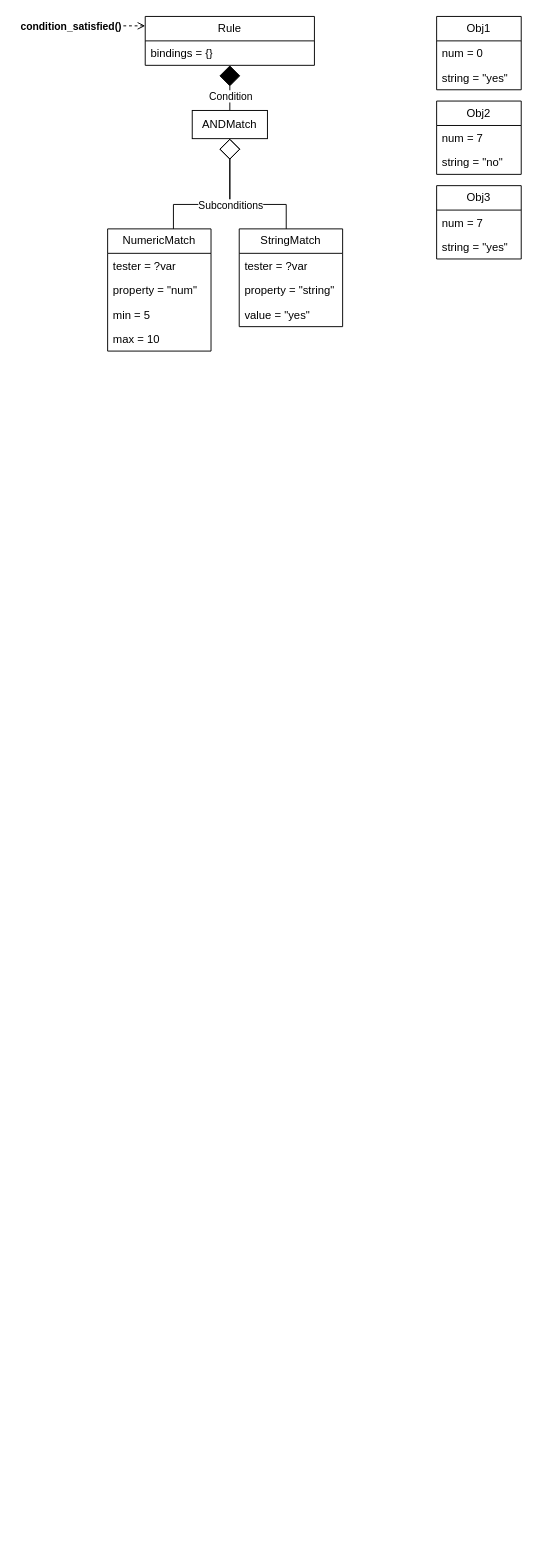
Earlier version of the draw.io diagram page "Unification_Step0" (5 of 10) of diagrams/RuleBasedGodot_Diagrams.drawio (rvbatt/rule-based-godot). Source tidied: cells renumbered, new cells numbered last; positions are measured from the earlier drawing's top-left corner, leaving out a move shared by most shapes. Both pictures are drawn from the tidied source at 94%, with x=0, y=0 at pixel (23, 16).
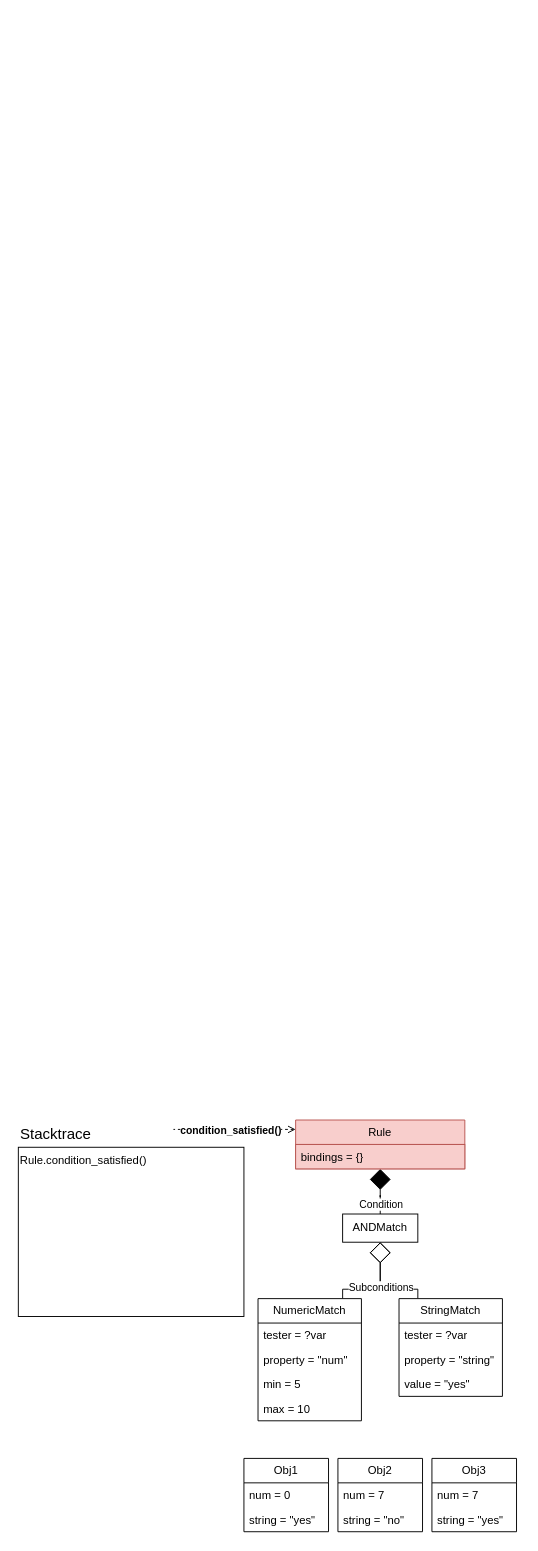
Above is the later version.

Change to the diagram source:
```diff
@@
-    <mxCell id="0" />
-    <mxCell id="1" parent="0" />
+    <mxCell id="30" />
+    <mxCell id="31" parent="30" />
-    <mxCell id="2" style="edgeStyle=orthogonalEdgeStyle;rounded=0;jettySize=auto;html=1;endArrow=none;endFill=0;startArrow=diamond;startFill=0;startSize=20;" parent="1" edge="1" source="11" target="17">
+    <mxCell id="2" style="edgeStyle=orthogonalEdgeStyle;rounded=0;jettySize=auto;html=1;endArrow=none;endFill=0;startArrow=diamond;startFill=0;startSize=20;" parent="31" edge="1" source="11" target="17">
       <mxGeometry relative="1" as="geometry">
         <Array as="points">
-          <mxPoint x="220" y="200" />
-          <mxPoint x="280" y="200" />
+          <mxPoint x="380" y="1354" />
+          <mxPoint x="420" y="1354" />
         </Array>
       </mxGeometry>
     </mxCell>
-    <mxCell id="3" style="edgeStyle=orthogonalEdgeStyle;rounded=0;jettySize=auto;html=1;startArrow=diamond;startFill=1;endArrow=none;endFill=0;startSize=20;" parent="1" edge="1" source="7" target="11">
+    <mxCell id="3" style="edgeStyle=orthogonalEdgeStyle;rounded=0;jettySize=auto;html=1;startArrow=diamond;startFill=1;endArrow=none;endFill=0;startSize=20;" parent="31" edge="1" source="7" target="11">
       <mxGeometry relative="1" as="geometry" />
     </mxCell>
-    <mxCell id="4" value="Condition" style="edgeLabel;html=1;align=center;verticalAlign=middle;fontStyle=0;" parent="3" vertex="1">
-      <mxGeometry x="0.19" y="3" relative="1" as="geometry">
-        <mxPoint x="3" y="3" as="offset" />
+    <mxCell id="4" value="Condition" style="edgeLabel;html=1;align=center;verticalAlign=middle;" parent="3" vertex="1">
+      <mxGeometry x="0.48" relative="1" as="geometry">
+        <mxPoint y="3" as="offset" />
       </mxGeometry>
     </mxCell>
-    <mxCell id="5" style="edgeStyle=orthogonalEdgeStyle;rounded=0;jettySize=auto;html=1;startArrow=open;startFill=0;dashed=1;endArrow=none;endFill=0;" parent="1" edge="1" source="7">
-      <mxGeometry relative="1" as="geometry">
-        <mxPoint x="10" y="10" as="targetPoint" />
-        <Array as="points">
-          <mxPoint y="10" />
-        </Array>
-      </mxGeometry>
-    </mxCell>
-    <mxCell id="6" value="condition_satisfied()" style="edgeLabel;html=1;align=center;verticalAlign=middle;fontStyle=1;" parent="5" vertex="1">
-      <mxGeometry x="0.07" y="-3" relative="1" as="geometry">
-        <mxPoint x="-5" y="3" as="offset" />
-      </mxGeometry>
-    </mxCell>
-    <mxCell id="7" value="Rule" style="swimlane;fontStyle=0;horizontal=1;startSize=26;fillColor=none;whiteSpace=wrap;html=1;" parent="1" vertex="1">
-      <mxGeometry x="130" width="180" height="52" as="geometry" />
+    <mxCell id="7" value="Rule" style="swimlane;fontStyle=0;horizontal=1;startSize=26;fillColor=#f8cecc;whiteSpace=wrap;html=1;strokeColor=#b85450;" parent="31" vertex="1">
+      <mxGeometry x="290" y="1174" width="180" height="52" as="geometry" />
     </mxCell>
-    <mxCell id="8" value="bindings = {}" style="text;strokeColor=none;fillColor=none;align=left;verticalAlign=top;spacingLeft=4;spacingRight=4;overflow=hidden;whiteSpace=wrap;html=1;" parent="7" vertex="1">
+    <mxCell id="8" value="bindings = {}" style="text;strokeColor=#b85450;fillColor=#f8cecc;align=left;verticalAlign=top;spacingLeft=4;spacingRight=4;overflow=hidden;whiteSpace=wrap;html=1;" parent="7" vertex="1">
       <mxGeometry y="26" width="180" height="26" as="geometry" />
     </mxCell>
-    <mxCell id="9" style="edgeStyle=orthogonalEdgeStyle;rounded=0;jettySize=auto;html=1;endArrow=none;endFill=0;startArrow=diamond;startFill=0;startSize=20;" parent="1" edge="1" source="11" target="12">
+    <mxCell id="9" style="edgeStyle=orthogonalEdgeStyle;rounded=0;jettySize=auto;html=1;endArrow=none;endFill=0;startArrow=diamond;startFill=0;startSize=20;" parent="31" edge="1" source="11" target="12">
       <mxGeometry relative="1" as="geometry">
         <Array as="points">
-          <mxPoint x="220" y="200" />
-          <mxPoint x="160" y="200" />
+          <mxPoint x="380" y="1354" />
+          <mxPoint x="340" y="1354" />
         </Array>
       </mxGeometry>
     </mxCell>
     <mxCell id="10" value="Subconditions" style="edgeLabel;html=1;align=center;verticalAlign=middle;fontStyle=0;" parent="9" vertex="1">
       <mxGeometry x="-0.21" y="1" relative="1" as="geometry">
-        <mxPoint x="-1" y="8" as="offset" />
+        <mxPoint x="-1" y="7" as="offset" />
       </mxGeometry>
     </mxCell>
-    <mxCell id="11" value="ANDMatch" style="html=1;whiteSpace=wrap;" parent="1" vertex="1">
-      <mxGeometry x="180" y="100" width="80" height="30" as="geometry" />
+    <mxCell id="11" value="ANDMatch" style="html=1;whiteSpace=wrap;" parent="31" vertex="1">
+      <mxGeometry x="340" y="1274" width="80" height="30" as="geometry" />
     </mxCell>
-    <mxCell id="12" value="NumericMatch" style="swimlane;fontStyle=0;horizontal=1;startSize=26;fillColor=none;whiteSpace=wrap;html=1;" parent="1" vertex="1">
-      <mxGeometry x="90" y="226" width="110" height="130" as="geometry" />
+    <mxCell id="12" value="NumericMatch" style="swimlane;fontStyle=0;horizontal=1;startSize=26;whiteSpace=wrap;html=1;" parent="31" vertex="1">
+      <mxGeometry x="250" y="1364" width="110" height="130" as="geometry" />
     </mxCell>
-    <mxCell id="13" value="tester = ?var" style="text;strokeColor=none;fillColor=none;align=left;verticalAlign=top;spacingLeft=4;spacingRight=4;overflow=hidden;whiteSpace=wrap;html=1;" parent="12" vertex="1">
-      <mxGeometry y="26" width="110" height="26" as="geometry" />
-    </mxCell>
+    <mxCell id="32" value="tester = ?var" style="text;align=left;verticalAlign=top;spacingLeft=4;spacingRight=4;overflow=hidden;whiteSpace=wrap;html=1;" parent="12" vertex="1">
+      <mxGeometry y="26" width="110" height="26" as="geometry" />
+    </mxCell>
-    <mxCell id="14" value="property = &quot;num&quot;" style="text;strokeColor=none;fillColor=none;align=left;verticalAlign=top;spacingLeft=4;spacingRight=4;overflow=hidden;whiteSpace=wrap;html=1;" parent="12" vertex="1">
+    <mxCell id="14" value="property = &quot;num&quot;" style="text;align=left;verticalAlign=top;spacingLeft=4;spacingRight=4;overflow=hidden;whiteSpace=wrap;html=1;" parent="12" vertex="1">
       <mxGeometry y="52" width="110" height="26" as="geometry" />
     </mxCell>
-    <mxCell id="15" value="min = 5" style="text;strokeColor=none;fillColor=none;align=left;verticalAlign=top;spacingLeft=4;spacingRight=4;overflow=hidden;whiteSpace=wrap;html=1;" parent="12" vertex="1">
+    <mxCell id="15" value="min = 5" style="text;align=left;verticalAlign=top;spacingLeft=4;spacingRight=4;overflow=hidden;whiteSpace=wrap;html=1;" parent="12" vertex="1">
       <mxGeometry y="78" width="110" height="26" as="geometry" />
     </mxCell>
-    <mxCell id="16" value="max = 10" style="text;strokeColor=none;fillColor=none;align=left;verticalAlign=top;spacingLeft=4;spacingRight=4;overflow=hidden;whiteSpace=wrap;html=1;" parent="12" vertex="1">
+    <mxCell id="16" value="max = 10" style="text;align=left;verticalAlign=top;spacingLeft=4;spacingRight=4;overflow=hidden;whiteSpace=wrap;html=1;" parent="12" vertex="1">
       <mxGeometry y="104" width="110" height="26" as="geometry" />
     </mxCell>
-    <mxCell id="17" value="StringMatch" style="swimlane;fontStyle=0;horizontal=1;startSize=26;fillColor=none;whiteSpace=wrap;html=1;" parent="1" vertex="1">
-      <mxGeometry x="230" y="226" width="110" height="104" as="geometry" />
+    <mxCell id="17" value="StringMatch" style="swimlane;fontStyle=0;horizontal=1;startSize=26;whiteSpace=wrap;html=1;" parent="31" vertex="1">
+      <mxGeometry x="400" y="1364" width="110" height="104" as="geometry" />
     </mxCell>
-    <mxCell id="18" value="tester = ?var" style="text;strokeColor=none;fillColor=none;align=left;verticalAlign=top;spacingLeft=4;spacingRight=4;overflow=hidden;whiteSpace=wrap;html=1;" parent="17" vertex="1">
-      <mxGeometry y="26" width="110" height="26" as="geometry" />
-    </mxCell>
+    <mxCell id="33" value="tester = ?var" style="text;align=left;verticalAlign=top;spacingLeft=4;spacingRight=4;overflow=hidden;whiteSpace=wrap;html=1;" parent="17" vertex="1">
+      <mxGeometry y="26" width="110" height="26" as="geometry" />
+    </mxCell>
-    <mxCell id="19" value="property = &quot;string&quot;" style="text;strokeColor=none;fillColor=none;align=left;verticalAlign=top;spacingLeft=4;spacingRight=4;overflow=hidden;whiteSpace=wrap;html=1;" parent="17" vertex="1">
+    <mxCell id="19" value="property = &quot;string&quot;" style="text;align=left;verticalAlign=top;spacingLeft=4;spacingRight=4;overflow=hidden;whiteSpace=wrap;html=1;" parent="17" vertex="1">
       <mxGeometry y="52" width="110" height="26" as="geometry" />
     </mxCell>
-    <mxCell id="20" value="value = &quot;yes&quot;" style="text;strokeColor=none;fillColor=none;align=left;verticalAlign=top;spacingLeft=4;spacingRight=4;overflow=hidden;whiteSpace=wrap;html=1;" parent="17" vertex="1">
+    <mxCell id="20" value="value = &quot;yes&quot;" style="text;align=left;verticalAlign=top;spacingLeft=4;spacingRight=4;overflow=hidden;whiteSpace=wrap;html=1;" parent="17" vertex="1">
       <mxGeometry y="78" width="110" height="26" as="geometry" />
     </mxCell>
-    <mxCell id="21" value="Obj1" style="swimlane;fontStyle=0;horizontal=1;startSize=26;fillColor=none;whiteSpace=wrap;html=1;" parent="1" vertex="1">
-      <mxGeometry x="440" width="90" height="78" as="geometry" />
+    <mxCell id="21" value="Obj1" style="swimlane;fontStyle=0;horizontal=1;startSize=26;fillColor=none;whiteSpace=wrap;html=1;" parent="31" vertex="1">
+      <mxGeometry x="235" y="1534" width="90" height="78" as="geometry" />
     </mxCell>
-    <mxCell id="22" value="num = 0" style="text;strokeColor=none;fillColor=none;align=left;verticalAlign=top;spacingLeft=4;spacingRight=4;overflow=hidden;whiteSpace=wrap;html=1;" parent="21" vertex="1">
+    <mxCell id="22" value="num = 0" style="text;strokeColor=none;fillColor=none;align=left;verticalAlign=top;spacingLeft=4;spacingRight=4;overflow=hidden;whiteSpace=wrap;html=1;fontStyle=0;" parent="21" vertex="1">
       <mxGeometry y="26" width="90" height="26" as="geometry" />
     </mxCell>
-    <mxCell id="23" value="string = &quot;yes&quot;" style="text;strokeColor=none;fillColor=none;align=left;verticalAlign=top;spacingLeft=4;spacingRight=4;overflow=hidden;whiteSpace=wrap;html=1;" parent="21" vertex="1">
-      <mxGeometry y="52" width="90" height="26" as="geometry" />
-    </mxCell>
+    <mxCell id="34" value="string = &quot;yes&quot;" style="text;strokeColor=none;fillColor=none;align=left;verticalAlign=top;spacingLeft=4;spacingRight=4;overflow=hidden;whiteSpace=wrap;html=1;fontStyle=0;" parent="21" vertex="1">
+      <mxGeometry y="52" width="90" height="26" as="geometry" />
+    </mxCell>
-    <mxCell id="24" value="Obj2" style="swimlane;fontStyle=0;horizontal=1;startSize=26;fillColor=none;whiteSpace=wrap;html=1;" parent="1" vertex="1">
-      <mxGeometry x="440" y="90" width="90" height="78" as="geometry" />
+    <mxCell id="24" value="Obj2" style="swimlane;fontStyle=0;horizontal=1;startSize=26;fillColor=none;whiteSpace=wrap;html=1;" parent="31" vertex="1">
+      <mxGeometry x="335" y="1534" width="90" height="78" as="geometry" />
     </mxCell>
-    <mxCell id="25" value="num = 7" style="text;strokeColor=none;fillColor=none;align=left;verticalAlign=top;spacingLeft=4;spacingRight=4;overflow=hidden;whiteSpace=wrap;html=1;" parent="24" vertex="1">
-      <mxGeometry y="26" width="90" height="26" as="geometry" />
-    </mxCell>
+    <mxCell id="35" value="num = 7" style="text;strokeColor=none;fillColor=none;align=left;verticalAlign=top;spacingLeft=4;spacingRight=4;overflow=hidden;whiteSpace=wrap;html=1;fontStyle=0;" parent="24" vertex="1">
+      <mxGeometry y="26" width="90" height="26" as="geometry" />
+    </mxCell>
-    <mxCell id="26" value="string = &quot;no&quot;" style="text;strokeColor=none;fillColor=none;align=left;verticalAlign=top;spacingLeft=4;spacingRight=4;overflow=hidden;whiteSpace=wrap;html=1;" parent="24" vertex="1">
+    <mxCell id="26" value="string = &quot;no&quot;" style="text;strokeColor=none;fillColor=none;align=left;verticalAlign=top;spacingLeft=4;spacingRight=4;overflow=hidden;whiteSpace=wrap;html=1;fontStyle=0;" parent="24" vertex="1">
       <mxGeometry y="52" width="90" height="26" as="geometry" />
     </mxCell>
-    <mxCell id="27" value="Obj3" style="swimlane;fontStyle=0;horizontal=1;startSize=26;fillColor=none;whiteSpace=wrap;html=1;" parent="1" vertex="1">
-      <mxGeometry x="440" y="180" width="90" height="78" as="geometry" />
+    <mxCell id="27" value="Obj3" style="swimlane;fontStyle=0;horizontal=1;startSize=26;fillColor=none;whiteSpace=wrap;html=1;" parent="31" vertex="1">
+      <mxGeometry x="435" y="1534" width="90" height="78" as="geometry" />
     </mxCell>
-    <mxCell id="28" value="num = 7" style="text;strokeColor=none;fillColor=none;align=left;verticalAlign=top;spacingLeft=4;spacingRight=4;overflow=hidden;whiteSpace=wrap;html=1;" parent="27" vertex="1">
-      <mxGeometry y="26" width="90" height="26" as="geometry" />
-    </mxCell>
-    <mxCell id="29" value="string = &quot;yes&quot;" style="text;strokeColor=none;fillColor=none;align=left;verticalAlign=top;spacingLeft=4;spacingRight=4;overflow=hidden;whiteSpace=wrap;html=1;" parent="27" vertex="1">
-      <mxGeometry y="52" width="90" height="26" as="geometry" />
-    </mxCell>
+    <mxCell id="36" value="num = 7" style="text;strokeColor=none;fillColor=none;align=left;verticalAlign=top;spacingLeft=4;spacingRight=4;overflow=hidden;whiteSpace=wrap;html=1;fontStyle=0;" parent="27" vertex="1">
+      <mxGeometry y="26" width="90" height="26" as="geometry" />
+    </mxCell>
+    <mxCell id="37" value="string = &quot;yes&quot;" style="text;strokeColor=none;fillColor=none;align=left;verticalAlign=top;spacingLeft=4;spacingRight=4;overflow=hidden;whiteSpace=wrap;html=1;fontStyle=0;" parent="27" vertex="1">
+      <mxGeometry y="52" width="90" height="26" as="geometry" />
+    </mxCell>
+    <mxCell id="38" style="edgeStyle=orthogonalEdgeStyle;rounded=0;orthogonalLoop=1;jettySize=auto;html=1;startArrow=open;startFill=0;dashed=1;endArrow=none;endFill=0;" parent="31" edge="1">
+      <mxGeometry relative="1" as="geometry">
+        <mxPoint x="290" y="1184" as="sourcePoint" />
+        <mxPoint x="160" y="1184" as="targetPoint" />
+        <Array as="points">
+          <mxPoint x="160" y="1184" />
+        </Array>
+      </mxGeometry>
+    </mxCell>
+    <mxCell id="6" value="condition_satisfied()" style="edgeLabel;html=1;align=center;verticalAlign=middle;fontStyle=1;" parent="38" vertex="1">
+      <mxGeometry x="0.07" y="-3" relative="1" as="geometry">
+        <mxPoint y="3" as="offset" />
+      </mxGeometry>
+    </mxCell>
+    <mxCell id="39" style="group;" parent="31" vertex="1">
+      <mxGeometry x="-5" y="1174" width="240" height="209" as="geometry" />
+    </mxCell>
+    <mxCell id="40" value="Rule.condition_satisfied()" style="rounded=0;whiteSpace=wrap;html=1;horizontal=1;verticalAlign=top;align=left;" parent="39" vertex="1">
+      <mxGeometry y="29" width="240" height="180" as="geometry" />
+    </mxCell>
+    <mxCell id="41" value="Stacktrace" style="text;html=1;strokeColor=none;fillColor=none;align=center;verticalAlign=middle;whiteSpace=wrap;rounded=0;fontSize=16;" parent="39" vertex="1">
+      <mxGeometry width="80" height="30" as="geometry" />
+    </mxCell>
```
